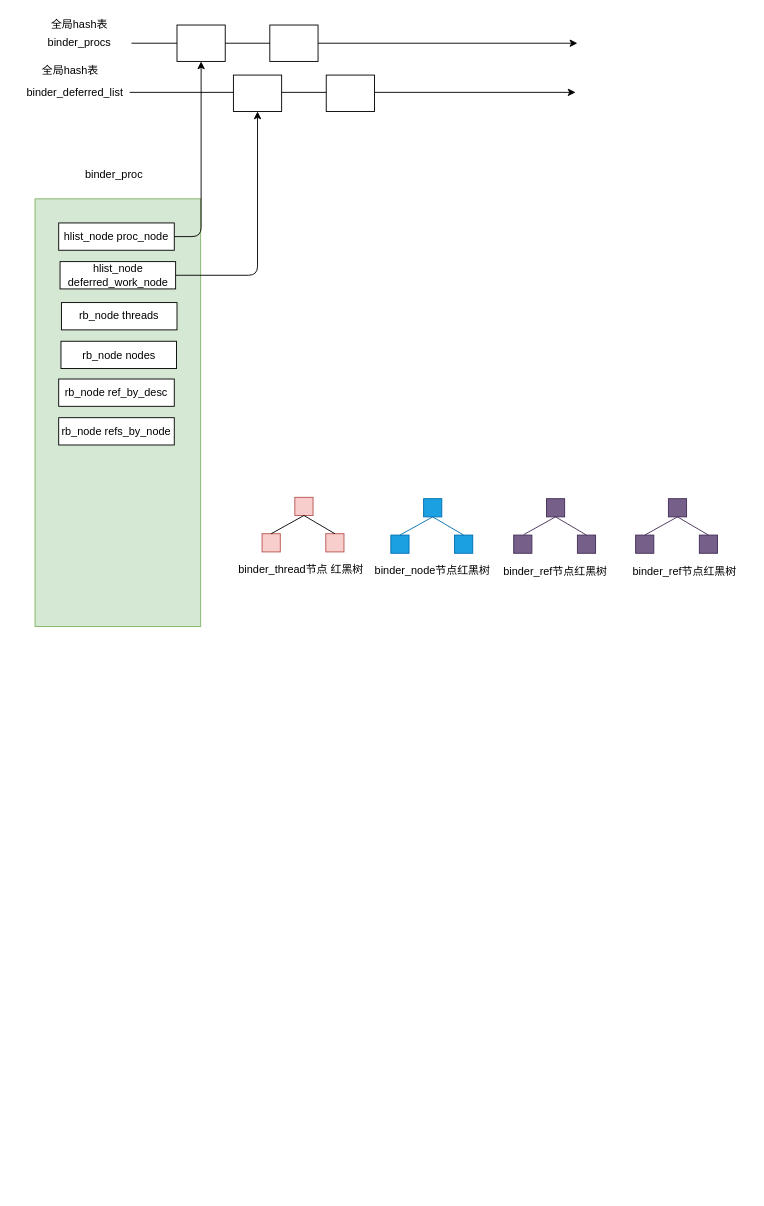
Before: binder/diagram/binder_data_structure_relationships.drawio in cuijpus/Android, a draw.io diagram. Source tidied: cells renumbered, new cells numbered last; positions are measured from the earlier drawing's top-left corner, leaving out a move shared by most shapes. Both pictures are drawn from the tidied source at 91%, with x=0, y=0 at pixel (15, 15).
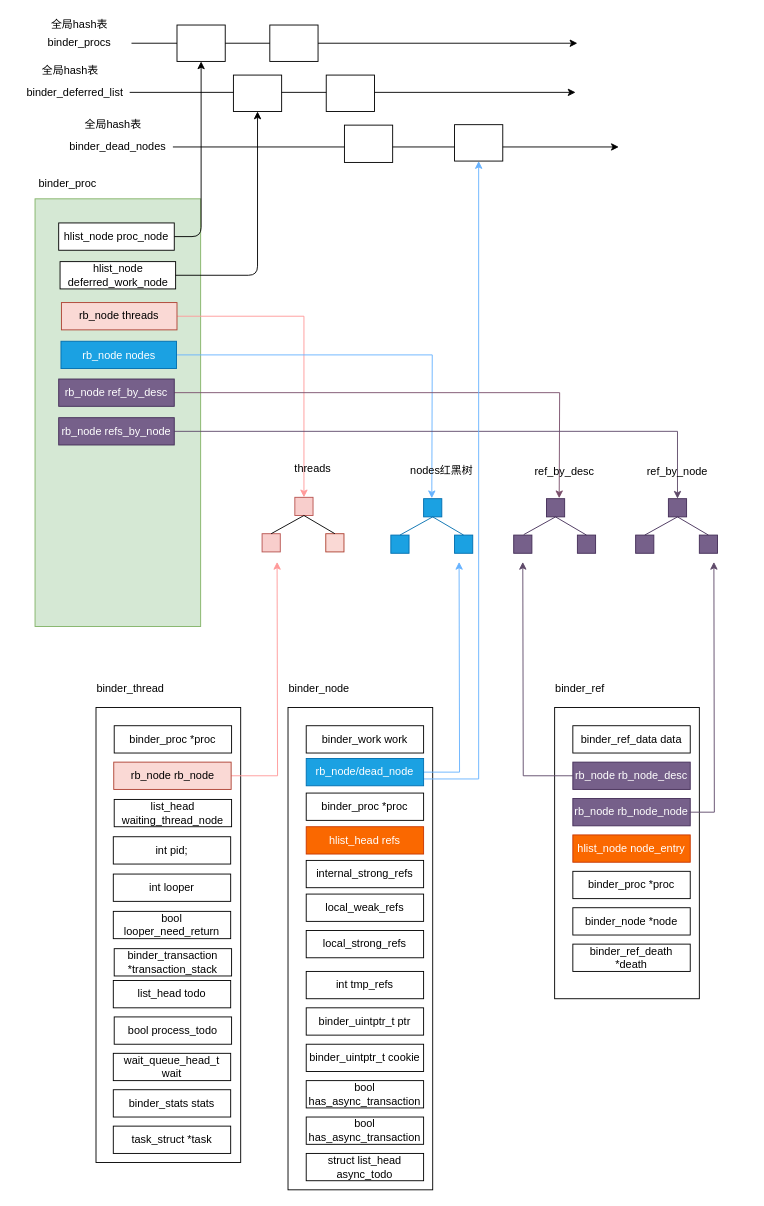
The same diagram, later.

Unchanged cells that the change refers to:
```xml
<mxCell id="9" style="whiteSpace=wrap;html=1;fillColor=#f8cecc;strokeColor=#b85450;" parent="1" vertex="1">
  <mxGeometry x="306.5" y="529" width="20" height="20" as="geometry" />
</mxCell>
<mxCell id="27" style="whiteSpace=wrap;html=1;fillColor=#76608a;strokeColor=#432D57;fontColor=#ffffff;" parent="1" vertex="1">
  <mxGeometry x="717" y="530.5" width="20" height="20" as="geometry" />
</mxCell>
```

Diff of the diagram source:
```diff
@@
     <mxCell id="4" value="binder_proc&lt;br&gt;" style="text;html=1;strokeColor=none;fillColor=none;align=center;verticalAlign=middle;whiteSpace=wrap;rounded=0;" parent="1" vertex="1">
-      <mxGeometry x="87.5" y="164.5" width="40" height="20" as="geometry" />
+      <mxGeometry x="37" y="174.5" width="40" height="20" as="geometry" />
     </mxCell>
+    <mxCell id="46" style="edgeStyle=orthogonalEdgeStyle;rounded=0;jettySize=auto;html=1;exitX=1;exitY=0.5;exitDx=0;exitDy=0;entryX=0.5;entryY=0;entryDx=0;entryDy=0;strokeColor=#FF9999;" parent="1" edge="1" source="5" target="9">
+      <mxGeometry relative="1" as="geometry" />
+    </mxCell>
-    <mxCell id="5" value="rb_node threads" style="rounded=0;whiteSpace=wrap;html=1;" parent="1" vertex="1">
+    <mxCell id="5" value="rb_node threads" style="rounded=0;whiteSpace=wrap;html=1;fillColor=#fad9d5;strokeColor=#ae4132;" parent="1" vertex="1">
       <mxGeometry x="50" y="315" width="127" height="30" as="geometry" />
     </mxCell>
+    <mxCell id="47" style="edgeStyle=orthogonalEdgeStyle;rounded=0;jettySize=auto;html=1;exitX=1;exitY=0.5;exitDx=0;exitDy=0;fillColor=#cce5ff;strokeColor=#66B2FF;" parent="1" edge="1" source="6">
+      <mxGeometry relative="1" as="geometry">
+        <mxPoint x="457" y="530" as="targetPoint" />
+      </mxGeometry>
+    </mxCell>
-    <mxCell id="6" value="rb_node nodes" style="rounded=0;whiteSpace=wrap;html=1;" parent="1" vertex="1">
+    <mxCell id="6" value="rb_node nodes" style="rounded=0;whiteSpace=wrap;html=1;fillColor=#1ba1e2;strokeColor=#006EAF;fontColor=#ffffff;" parent="1" vertex="1">
       <mxGeometry x="49.5" y="357.5" width="127" height="30" as="geometry" />
     </mxCell>
+    <mxCell id="48" style="edgeStyle=orthogonalEdgeStyle;rounded=0;jettySize=auto;html=1;exitX=1;exitY=0.5;exitDx=0;exitDy=0;strokeColor=#7A4E6A;" parent="1" edge="1" source="7">
+      <mxGeometry relative="1" as="geometry">
+        <mxPoint x="597" y="530" as="targetPoint" />
+      </mxGeometry>
+    </mxCell>
-    <mxCell id="7" value="rb_node ref_by_desc" style="rounded=0;whiteSpace=wrap;html=1;" parent="1" vertex="1">
+    <mxCell id="7" value="rb_node ref_by_desc" style="rounded=0;whiteSpace=wrap;html=1;fillColor=#76608a;strokeColor=#432D57;fontColor=#ffffff;" parent="1" vertex="1">
       <mxGeometry x="47" y="399" width="127" height="30" as="geometry" />
     </mxCell>
+    <mxCell id="49" style="edgeStyle=orthogonalEdgeStyle;rounded=0;jettySize=auto;html=1;exitX=1;exitY=0.5;exitDx=0;exitDy=0;entryX=0.5;entryY=0;entryDx=0;entryDy=0;strokeColor=#5E4969;" parent="1" edge="1" source="8" target="27">
+      <mxGeometry relative="1" as="geometry" />
+    </mxCell>
-    <mxCell id="8" value="rb_node&amp;nbsp;refs_by_node" style="rounded=0;whiteSpace=wrap;html=1;" parent="1" vertex="1">
+    <mxCell id="8" value="rb_node&amp;nbsp;refs_by_node" style="rounded=0;whiteSpace=wrap;html=1;fillColor=#76608a;strokeColor=#432D57;fontColor=#ffffff;" parent="1" vertex="1">
       <mxGeometry x="47" y="441.5" width="127" height="30" as="geometry" />
     </mxCell>
@@
-    <mxCell id="11" style="whiteSpace=wrap;html=1;fillColor=#f8cecc;strokeColor=#b85450;" parent="1" vertex="1">
+    <mxCell id="11" style="whiteSpace=wrap;html=1;fillColor=#fad9d5;strokeColor=#ae4132;" parent="1" vertex="1">
       <mxGeometry x="340.5" y="569" width="20" height="20" as="geometry" />
     </mxCell>
@@
-    <mxCell id="20" value="binder_thread节点 红黑树" style="text;html=1;strokeColor=none;fillColor=none;align=center;verticalAlign=middle;whiteSpace=wrap;rounded=0;" parent="1" vertex="1">
-      <mxGeometry x="237.5" y="596.5" width="151" height="24" as="geometry" />
-    </mxCell>
-    <mxCell id="21" value="binder_node节点红黑树" style="text;html=1;strokeColor=none;fillColor=none;align=center;verticalAlign=middle;whiteSpace=wrap;rounded=0;" parent="1" vertex="1">
-      <mxGeometry x="387" y="600" width="142" height="20" as="geometry" />
+    <mxCell id="21" value="nodes红黑树" style="text;html=1;strokeColor=none;fillColor=none;align=center;verticalAlign=middle;whiteSpace=wrap;rounded=0;" parent="1" vertex="1">
+      <mxGeometry x="397" y="490" width="142" height="20" as="geometry" />
     </mxCell>
@@
-    <mxCell id="32" value="binder_ref节点红黑树" style="text;html=1;strokeColor=none;fillColor=none;align=center;verticalAlign=middle;whiteSpace=wrap;rounded=0;" parent="1" vertex="1">
-      <mxGeometry x="522" y="601" width="142" height="20" as="geometry" />
-    </mxCell>
-    <mxCell id="33" value="binder_ref节点红黑树" style="text;html=1;strokeColor=none;fillColor=none;align=center;verticalAlign=middle;whiteSpace=wrap;rounded=0;" parent="1" vertex="1">
-      <mxGeometry x="664" y="601" width="142" height="20" as="geometry" />
-    </mxCell>
@@
+    <mxCell id="50" style="rounded=0;whiteSpace=wrap;html=1;" parent="1" vertex="1">
+      <mxGeometry x="88" y="760" width="159" height="500" as="geometry" />
+    </mxCell>
+    <mxCell id="51" value="binder_proc *proc" style="rounded=0;whiteSpace=wrap;html=1;" parent="1" vertex="1">
+      <mxGeometry x="108" y="780" width="129" height="30" as="geometry" />
+    </mxCell>
+    <mxCell id="52" value="binder_thread" style="text;html=1;" parent="1" vertex="1">
+      <mxGeometry x="86.5" y="725" width="100" height="30" as="geometry" />
+    </mxCell>
+    <mxCell id="53" style="edgeStyle=orthogonalEdgeStyle;rounded=0;jettySize=auto;html=1;exitX=1;exitY=0.5;exitDx=0;exitDy=0;strokeColor=#FF9999;" parent="1" edge="1" source="54">
+      <mxGeometry relative="1" as="geometry">
+        <mxPoint x="287" y="600" as="targetPoint" />
+      </mxGeometry>
+    </mxCell>
+    <mxCell id="54" value="rb_node rb_node" style="rounded=0;whiteSpace=wrap;html=1;fillColor=#fad9d5;strokeColor=#ae4132;" parent="1" vertex="1">
+      <mxGeometry x="107.5" y="820" width="129" height="30" as="geometry" />
+    </mxCell>
+    <mxCell id="55" value="threads" style="text;html=1;strokeColor=none;fillColor=none;align=center;verticalAlign=middle;whiteSpace=wrap;rounded=0;" parent="1" vertex="1">
+      <mxGeometry x="251" y="486" width="151" height="24" as="geometry" />
+    </mxCell>
+    <mxCell id="56" value="ref_by_desc" style="text;html=1;strokeColor=none;fillColor=none;align=center;verticalAlign=middle;whiteSpace=wrap;rounded=0;" parent="1" vertex="1">
+      <mxGeometry x="532" y="490.5" width="142" height="20" as="geometry" />
+    </mxCell>
+    <mxCell id="57" value="ref_by_node" style="text;html=1;strokeColor=none;fillColor=none;align=center;verticalAlign=middle;whiteSpace=wrap;rounded=0;" parent="1" vertex="1">
+      <mxGeometry x="656" y="490.5" width="142" height="20" as="geometry" />
+    </mxCell>
+    <mxCell id="58" style="rounded=0;whiteSpace=wrap;html=1;" parent="1" vertex="1">
+      <mxGeometry x="299" y="760" width="159" height="530" as="geometry" />
+    </mxCell>
+    <mxCell id="59" value="binder_work work" style="rounded=0;whiteSpace=wrap;html=1;" parent="1" vertex="1">
+      <mxGeometry x="319" y="780" width="129" height="30" as="geometry" />
+    </mxCell>
+    <mxCell id="60" value="binder_node" style="text;html=1;" parent="1" vertex="1">
+      <mxGeometry x="297.5" y="725" width="100" height="30" as="geometry" />
+    </mxCell>
+    <mxCell id="61" style="edgeStyle=orthogonalEdgeStyle;rounded=0;jettySize=auto;html=1;exitX=1;exitY=0.5;exitDx=0;exitDy=0;strokeColor=#66B2FF;fillColor=#cce5ff;" parent="1" edge="1" source="63">
+      <mxGeometry relative="1" as="geometry">
+        <mxPoint x="487" y="600" as="targetPoint" />
+      </mxGeometry>
+    </mxCell>
+    <mxCell id="62" style="edgeStyle=orthogonalEdgeStyle;rounded=0;jettySize=auto;html=1;exitX=1;exitY=0.75;exitDx=0;exitDy=0;entryX=0.5;entryY=1;entryDx=0;entryDy=0;strokeColor=#66B2FF;" parent="1" edge="1" source="63" target="69">
+      <mxGeometry relative="1" as="geometry" />
+    </mxCell>
+    <mxCell id="63" value="rb_node/dead_node" style="rounded=0;whiteSpace=wrap;html=1;fillColor=#1ba1e2;strokeColor=#006EAF;fontColor=#ffffff;" parent="1" vertex="1">
+      <mxGeometry x="319" y="816" width="129" height="30" as="geometry" />
+    </mxCell>
+    <mxCell id="64" value="binder_proc *proc" style="rounded=0;whiteSpace=wrap;html=1;" parent="1" vertex="1">
+      <mxGeometry x="319" y="854" width="129" height="30" as="geometry" />
+    </mxCell>
+    <mxCell id="65" value="binder_dead_nodes" style="text;html=1;" parent="1" vertex="1">
+      <mxGeometry x="57" y="129.5" width="130" height="30" as="geometry" />
+    </mxCell>
+    <mxCell id="66" value="全局hash表" style="text;html=1;strokeColor=none;fillColor=none;align=center;verticalAlign=middle;whiteSpace=wrap;rounded=0;" parent="1" vertex="1">
+      <mxGeometry x="47" y="109.5" width="120" height="20" as="geometry" />
+    </mxCell>
+    <mxCell id="67" style="endArrow=classic;html=1;" parent="1" edge="1">
+      <mxGeometry relative="1" as="geometry">
+        <mxPoint x="172.5" y="144" as="sourcePoint" />
+        <mxPoint x="662.5" y="144" as="targetPoint" />
+      </mxGeometry>
+    </mxCell>
+    <mxCell id="68" style="rounded=0;whiteSpace=wrap;html=1;" parent="1" vertex="1">
+      <mxGeometry x="361" y="120" width="53" height="41" as="geometry" />
+    </mxCell>
+    <mxCell id="69" style="rounded=0;whiteSpace=wrap;html=1;" parent="1" vertex="1">
+      <mxGeometry x="482" y="119.5" width="53" height="40" as="geometry" />
+    </mxCell>
+    <mxCell id="70" style="rounded=0;whiteSpace=wrap;html=1;" parent="1" vertex="1">
+      <mxGeometry x="592" y="760" width="159" height="320" as="geometry" />
+    </mxCell>
+    <mxCell id="71" value="binder_ref_data data" style="rounded=0;whiteSpace=wrap;html=1;" parent="1" vertex="1">
+      <mxGeometry x="612" y="780" width="129" height="30" as="geometry" />
+    </mxCell>
+    <mxCell id="72" value="binder_ref" style="text;html=1;" parent="1" vertex="1">
+      <mxGeometry x="590.5" y="725" width="100" height="30" as="geometry" />
+    </mxCell>
+    <mxCell id="73" style="edgeStyle=orthogonalEdgeStyle;rounded=0;jettySize=auto;html=1;exitX=0;exitY=0.5;exitDx=0;exitDy=0;strokeColor=#5E4969;" parent="1" edge="1" source="74">
+      <mxGeometry relative="1" as="geometry">
+        <mxPoint x="557" y="600" as="targetPoint" />
+      </mxGeometry>
+    </mxCell>
+    <mxCell id="74" value="rb_node rb_node_desc" style="rounded=0;whiteSpace=wrap;html=1;fillColor=#76608a;strokeColor=#432D57;fontColor=#ffffff;" parent="1" vertex="1">
+      <mxGeometry x="612" y="820" width="129" height="30" as="geometry" />
+    </mxCell>
+    <mxCell id="75" style="edgeStyle=orthogonalEdgeStyle;rounded=0;jettySize=auto;html=1;exitX=1;exitY=0.5;exitDx=0;exitDy=0;strokeColor=#5E4969;" parent="1" edge="1" source="76">
+      <mxGeometry relative="1" as="geometry">
+        <mxPoint x="767" y="600" as="targetPoint" />
+      </mxGeometry>
+    </mxCell>
+    <mxCell id="76" value="rb_node rb_node_node" style="rounded=0;whiteSpace=wrap;html=1;fillColor=#76608a;strokeColor=#432D57;fontColor=#ffffff;" parent="1" vertex="1">
+      <mxGeometry x="612" y="860" width="129" height="30" as="geometry" />
+    </mxCell>
+    <mxCell id="77" value="hlist_node node_entry" style="rounded=0;whiteSpace=wrap;html=1;fillColor=#fa6800;strokeColor=#C73500;fontColor=#ffffff;" parent="1" vertex="1">
+      <mxGeometry x="612" y="900" width="129" height="30" as="geometry" />
+    </mxCell>
+    <mxCell id="78" value="binder_proc *proc" style="rounded=0;whiteSpace=wrap;html=1;" parent="1" vertex="1">
+      <mxGeometry x="612" y="940" width="129" height="30" as="geometry" />
+    </mxCell>
+    <mxCell id="79" value="binder_node *node" style="rounded=0;whiteSpace=wrap;html=1;" parent="1" vertex="1">
+      <mxGeometry x="612" y="980" width="129" height="30" as="geometry" />
+    </mxCell>
+    <mxCell id="80" value="binder_ref_death *death" style="rounded=0;whiteSpace=wrap;html=1;" parent="1" vertex="1">
+      <mxGeometry x="612" y="1020" width="129" height="30" as="geometry" />
+    </mxCell>
+    <mxCell id="81" value="hlist_head refs" style="rounded=0;whiteSpace=wrap;html=1;fillColor=#fa6800;strokeColor=#C73500;fontColor=#ffffff;" parent="1" vertex="1">
+      <mxGeometry x="319" y="891" width="129" height="30" as="geometry" />
+    </mxCell>
+    <mxCell id="82" value="internal_strong_refs" style="rounded=0;whiteSpace=wrap;html=1;" parent="1" vertex="1">
+      <mxGeometry x="319" y="928" width="129" height="30" as="geometry" />
+    </mxCell>
+    <mxCell id="83" value="local_weak_refs" style="rounded=0;whiteSpace=wrap;html=1;" parent="1" vertex="1">
+      <mxGeometry x="319" y="965" width="129" height="30" as="geometry" />
+    </mxCell>
+    <mxCell id="84" value="local_strong_refs" style="rounded=0;whiteSpace=wrap;html=1;" parent="1" vertex="1">
+      <mxGeometry x="319" y="1005" width="129" height="30" as="geometry" />
+    </mxCell>
+    <mxCell id="85" value="int tmp_refs" style="rounded=0;whiteSpace=wrap;html=1;" parent="1" vertex="1">
+      <mxGeometry x="319" y="1050" width="129" height="30" as="geometry" />
+    </mxCell>
+    <mxCell id="86" value="binder_uintptr_t ptr" style="rounded=0;whiteSpace=wrap;html=1;" parent="1" vertex="1">
+      <mxGeometry x="319" y="1090" width="129" height="30" as="geometry" />
+    </mxCell>
+    <mxCell id="87" value="binder_uintptr_t cookie" style="rounded=0;whiteSpace=wrap;html=1;" parent="1" vertex="1">
+      <mxGeometry x="319" y="1130" width="129" height="30" as="geometry" />
+    </mxCell>
+    <mxCell id="88" value="bool has_async_transaction" style="rounded=0;whiteSpace=wrap;html=1;" parent="1" vertex="1">
+      <mxGeometry x="319" y="1210" width="129" height="30" as="geometry" />
+    </mxCell>
+    <mxCell id="89" value="struct list_head async_todo" style="rounded=0;whiteSpace=wrap;html=1;" parent="1" vertex="1">
+      <mxGeometry x="319" y="1250" width="129" height="30" as="geometry" />
+    </mxCell>
+    <mxCell id="90" value="bool has_async_transaction" style="rounded=0;whiteSpace=wrap;html=1;" parent="1" vertex="1">
+      <mxGeometry x="319" y="1170" width="129" height="30" as="geometry" />
+    </mxCell>
+    <mxCell id="91" value="list_head waiting_thread_node" style="rounded=0;whiteSpace=wrap;html=1;" parent="1" vertex="1">
+      <mxGeometry x="108" y="861" width="129" height="30" as="geometry" />
+    </mxCell>
+    <mxCell id="92" value="int pid;" style="rounded=0;whiteSpace=wrap;html=1;" parent="1" vertex="1">
+      <mxGeometry x="107" y="902" width="129" height="30" as="geometry" />
+    </mxCell>
+    <mxCell id="93" value="int looper" style="rounded=0;whiteSpace=wrap;html=1;" parent="1" vertex="1">
+      <mxGeometry x="107" y="943" width="129" height="30" as="geometry" />
+    </mxCell>
+    <mxCell id="94" value="bool looper_need_return" style="rounded=0;whiteSpace=wrap;html=1;" parent="1" vertex="1">
+      <mxGeometry x="107" y="984" width="129" height="30" as="geometry" />
+    </mxCell>
+    <mxCell id="95" value="binder_transaction *transaction_stack" style="rounded=0;whiteSpace=wrap;html=1;" parent="1" vertex="1">
+      <mxGeometry x="108" y="1025" width="129" height="30" as="geometry" />
+    </mxCell>
+    <mxCell id="96" value="list_head todo" style="rounded=0;whiteSpace=wrap;html=1;" parent="1" vertex="1">
+      <mxGeometry x="107" y="1060" width="129" height="30" as="geometry" />
+    </mxCell>
+    <mxCell id="97" value="bool process_todo" style="rounded=0;whiteSpace=wrap;html=1;" parent="1" vertex="1">
+      <mxGeometry x="108" y="1100" width="129" height="30" as="geometry" />
+    </mxCell>
+    <mxCell id="98" value="wait_queue_head_t wait" style="rounded=0;whiteSpace=wrap;html=1;" parent="1" vertex="1">
+      <mxGeometry x="107" y="1140" width="129" height="30" as="geometry" />
+    </mxCell>
+    <mxCell id="99" value="binder_stats stats" style="rounded=0;whiteSpace=wrap;html=1;" parent="1" vertex="1">
+      <mxGeometry x="107" y="1180" width="129" height="30" as="geometry" />
+    </mxCell>
+    <mxCell id="100" value="task_struct *task" style="rounded=0;whiteSpace=wrap;html=1;" parent="1" vertex="1">
+      <mxGeometry x="107" y="1220" width="129" height="30" as="geometry" />
+    </mxCell>
```
